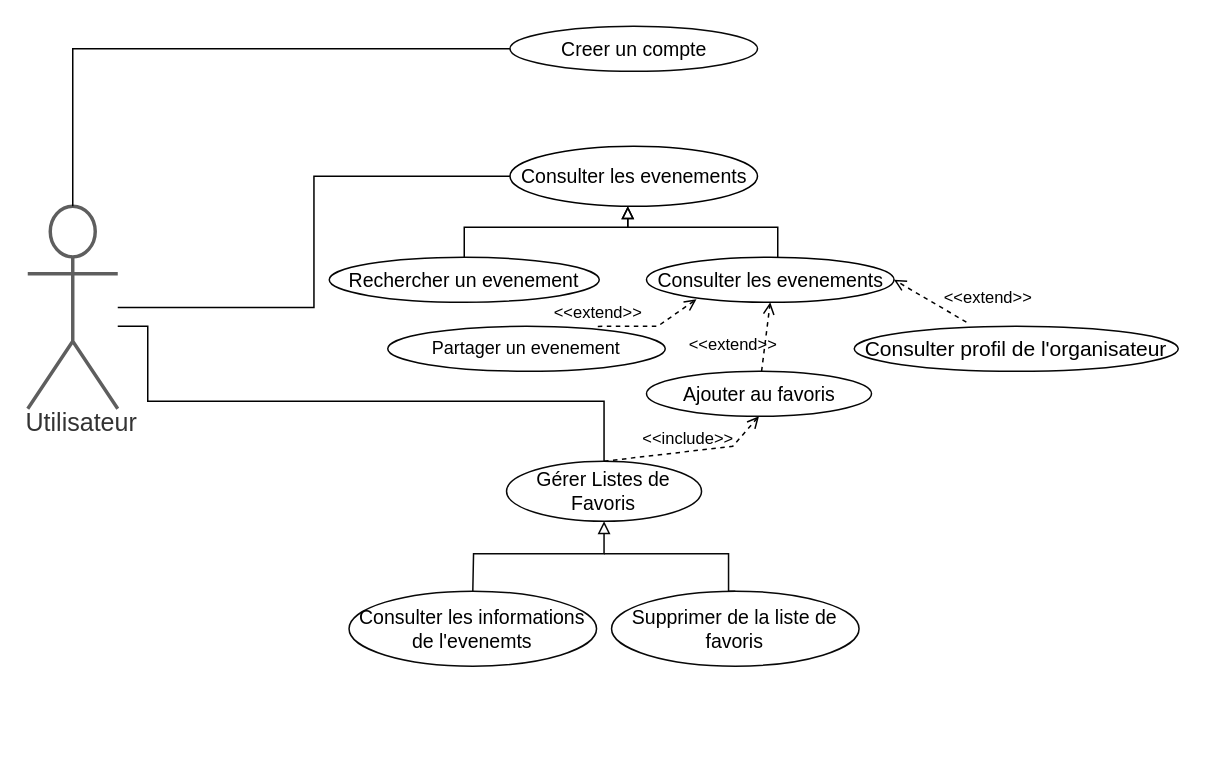
Above: Diagram de cas utilisation/1-Utilisateur_VF.drawio in mohamedimem/event- (draw.io), before the change. Source tidied: cells renumbered, new cells numbered last; positions are measured from the earlier drawing's top-left corner, leaving out a move shared by most shapes. Both pictures are drawn from the tidied source at 150%, with x=0, y=0 at pixel (27, 26).
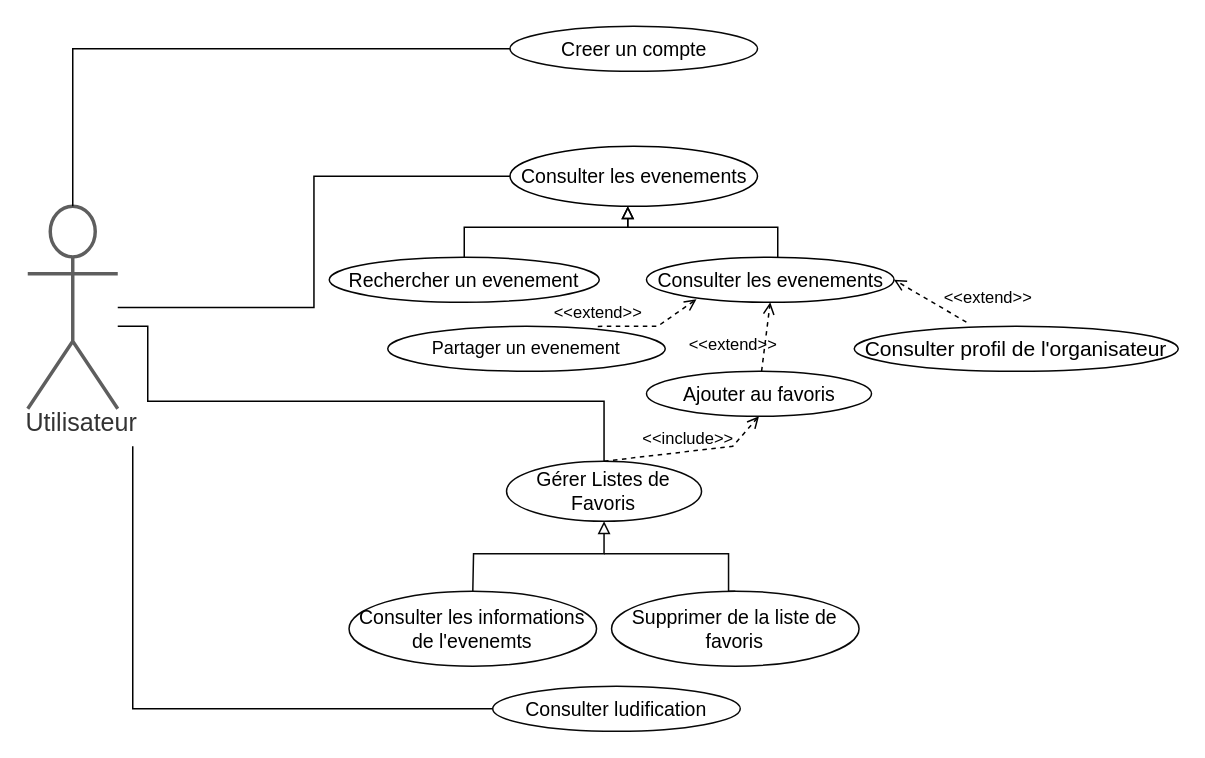
The same page after the edit.

Commit message:
Mettre à jour 1-Utilisateur_VF.drawio

Change to the diagram source:
```diff
@@
+    <mxCell id="25" style="edgeStyle=none;rounded=0;jettySize=auto;html=1;exitX=0;exitY=0.5;exitDx=0;exitDy=0;endArrow=none;endFill=0;" parent="1" edge="1" source="26">
+      <mxGeometry relative="1" as="geometry">
+        <mxPoint x="70" y="280" as="targetPoint" />
+        <Array as="points">
+          <mxPoint x="70" y="455" />
+        </Array>
+      </mxGeometry>
+    </mxCell>
+    <mxCell id="26" value="Consulter ludification" style="html=1;overflow=block;blockSpacing=1;whiteSpace=wrap;ellipse;fontSize=13;spacing=3.8;strokeColor=#080808;strokeOpacity=100;rounded=1;absoluteArcSize=1;arcSize=9;strokeWidth=1;lucidId=KpitLF8Kvkj4;" parent="1" vertex="1">
+      <mxGeometry x="310" y="440" width="165" height="30" as="geometry" />
+    </mxCell>
```
